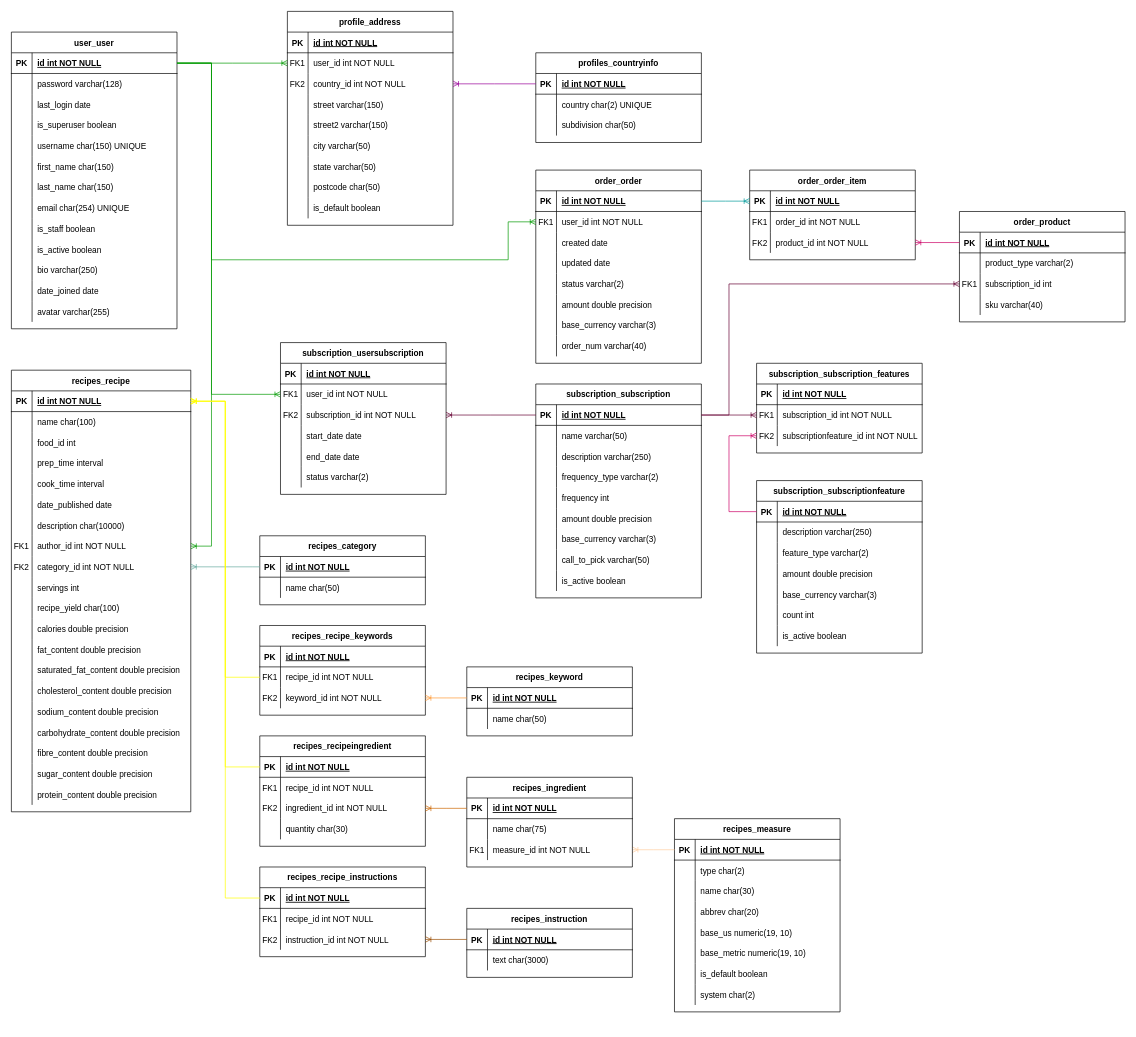
ibuttimer/recipes-n-stuff keeps this draw.io diagram as page "database-schema" (1 of 17) of doc/design/recipes-n-stuff.drawio. Above is the earlier version. Source tidied: cells renumbered, new cells numbered last; positions are measured from the earlier drawing's top-left corner, leaving out a move shared by most shapes. Both pictures are drawn from the tidied source at 69%, with x=0, y=0 at pixel (11, 11).
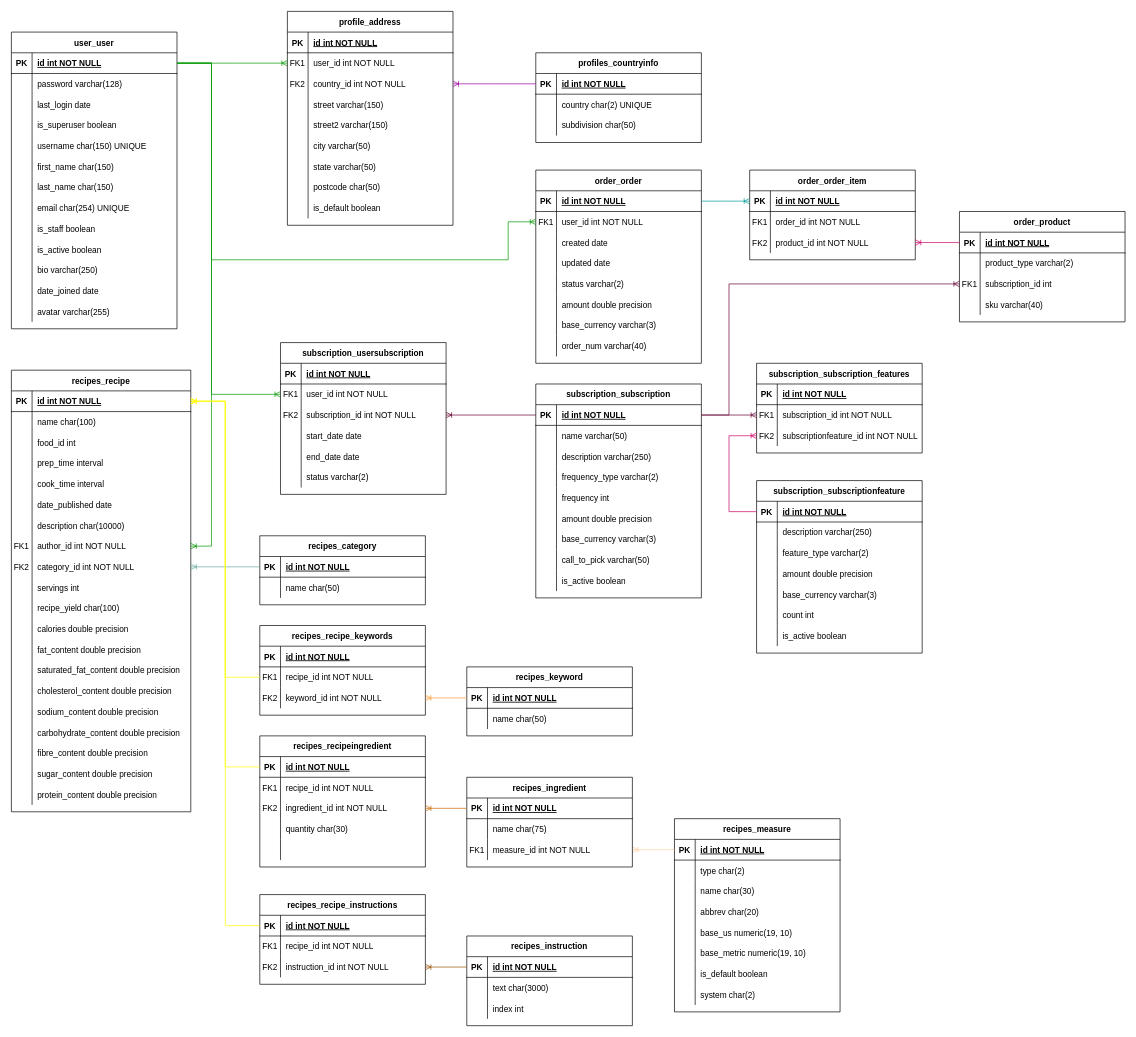
The same page after the edit.

Diff of the diagram source:
```diff
@@
     <mxCell id="184" value="recipes_instruction" style="shape=table;startSize=30;childLayout=tableLayout;rowLines=0;fontStyle=1;align=center;" parent="1" vertex="1">
-      <mxGeometry x="660" y="1300" width="240" height="100" as="geometry" />
+      <mxGeometry x="660" y="1340" width="240" height="130" as="geometry" />
     </mxCell>
@@
+    <mxCell id="377" style="shape=partialRectangle;fillColor=none;top=0;left=0;right=0;bottom=0;" parent="184" vertex="1">
+      <mxGeometry y="90" width="240" height="30" as="geometry" />
+    </mxCell>
+    <mxCell id="378" style="shape=partialRectangle;overflow=hidden;fillColor=none;top=0;left=0;bottom=0;right=0;" parent="377" vertex="1">
+      <mxGeometry width="30" height="30" as="geometry" />
+    </mxCell>
+    <mxCell id="379" value="index int" style="shape=partialRectangle;overflow=hidden;fillColor=none;top=0;left=0;bottom=0;right=0;align=left;spacingLeft=6;" parent="377" vertex="1">
+      <mxGeometry x="30" width="210" height="30" as="geometry" />
+    </mxCell>
@@
     <mxCell id="202" value="recipes_recipeingredient" style="shape=table;startSize=30;childLayout=tableLayout;rowLines=0;fontStyle=1;align=center;" parent="1" vertex="1">
-      <mxGeometry x="360" y="1050" width="240" height="160" as="geometry" />
+      <mxGeometry x="360" y="1050" width="240" height="190" as="geometry" />
     </mxCell>
@@
+    <mxCell id="380" style="shape=partialRectangle;fillColor=none;top=0;left=0;right=0;bottom=0;" parent="202" vertex="1">
+      <mxGeometry y="150" width="240" height="30" as="geometry" />
+    </mxCell>
+    <mxCell id="381" style="shape=partialRectangle;overflow=hidden;fillColor=none;top=0;left=0;bottom=0;right=0;" parent="380" vertex="1">
+      <mxGeometry width="30" height="30" as="geometry" />
+    </mxCell>
+    <mxCell id="382" style="shape=partialRectangle;overflow=hidden;fillColor=none;top=0;left=0;bottom=0;right=0;align=left;spacingLeft=6;" parent="380" vertex="1">
+      <mxGeometry x="30" width="210" height="30" as="geometry" />
+    </mxCell>
     <mxCell id="215" value="recipes_recipe_instructions" style="shape=table;startSize=30;childLayout=tableLayout;rowLines=0;fontStyle=1;align=center;" parent="1" vertex="1">
-      <mxGeometry x="360" y="1240" width="240" height="130" as="geometry" />
+      <mxGeometry x="360" y="1280" width="240" height="130" as="geometry" />
     </mxCell>
```
